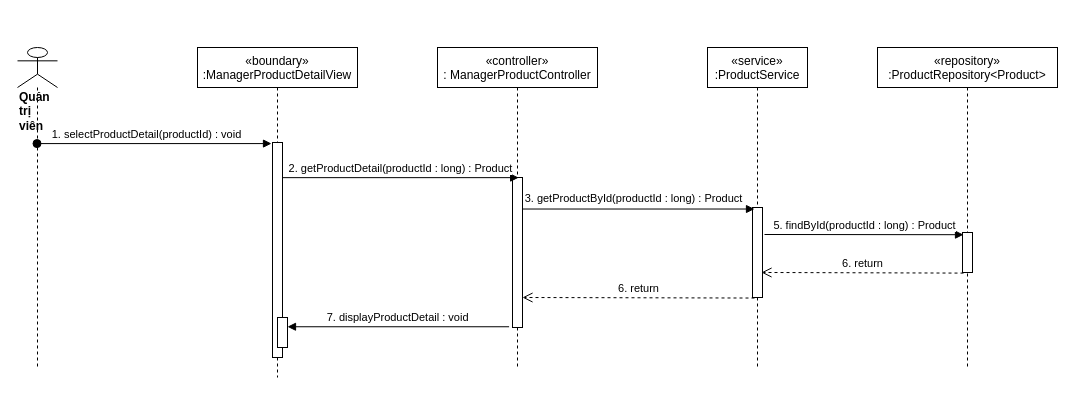
The draw.io diagram sequence diagram/view-ProductDetail-manager-sequence.drawio in nguyenphamvan/datn_20202, before the edit. Source tidied: cells renumbered, new cells numbered last; positions are measured from the earlier drawing's top-left corner, leaving out a move shared by most shapes. Both pictures are drawn from the tidied source at 100%, with x=0, y=0 at pixel (17, 47).
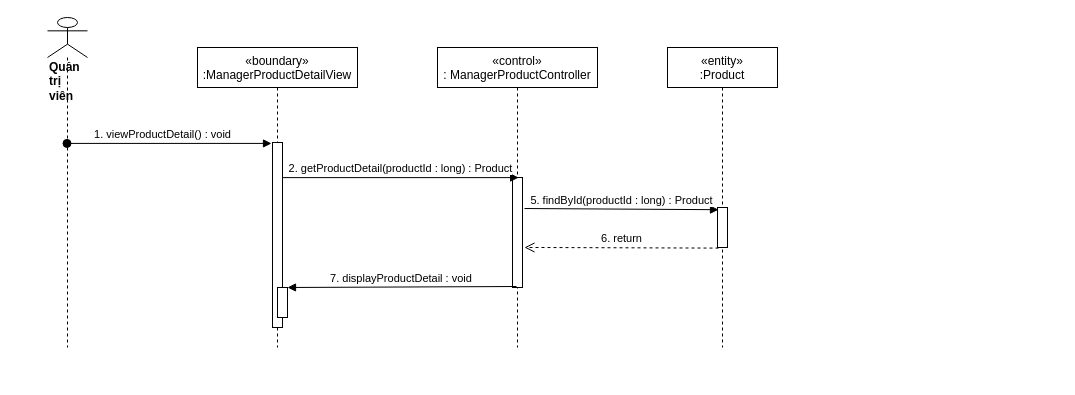
The same diagram, later.

Change to the diagram source:
```diff
@@
     <mxCell id="2" value="«boundary»&#10;:ManagerProductDetailView" style="shape=umlLifeline;perimeter=lifelinePerimeter;rounded=0;shadow=0;strokeWidth=1;" parent="1" vertex="1">
-      <mxGeometry x="180" width="160" height="330" as="geometry" />
+      <mxGeometry x="180" width="160" height="300" as="geometry" />
     </mxCell>
     <mxCell id="3" style="points=[];perimeter=orthogonalPerimeter;rounded=0;shadow=0;strokeWidth=1;" parent="2" vertex="1">
-      <mxGeometry x="75" y="95" width="10" height="215" as="geometry" />
+      <mxGeometry x="75" y="95" width="10" height="185" as="geometry" />
     </mxCell>
     <mxCell id="4" style="html=1;points=[];perimeter=orthogonalPerimeter;" parent="2" vertex="1">
-      <mxGeometry x="80" y="270" width="10" height="30" as="geometry" />
+      <mxGeometry x="80" y="240" width="10" height="30" as="geometry" />
     </mxCell>
-    <mxCell id="5" value="«controller»&#10;: ManagerProductController" style="shape=umlLifeline;perimeter=lifelinePerimeter;rounded=0;shadow=0;strokeWidth=1;" parent="1" vertex="1">
-      <mxGeometry x="420" width="160" height="320" as="geometry" />
+    <mxCell id="5" value="«control»&#10;: ManagerProductController" style="shape=umlLifeline;perimeter=lifelinePerimeter;rounded=0;shadow=0;strokeWidth=1;" parent="1" vertex="1">
+      <mxGeometry x="420" width="160" height="300" as="geometry" />
     </mxCell>
     <mxCell id="6" style="points=[];perimeter=orthogonalPerimeter;rounded=0;shadow=0;strokeWidth=1;" parent="5" vertex="1">
-      <mxGeometry x="75" y="130" width="10" height="150" as="geometry" />
+      <mxGeometry x="75" y="130" width="10" height="110" as="geometry" />
     </mxCell>
     <mxCell id="7" value="&lt;div&gt;&lt;b&gt;Quản trị viên&lt;/b&gt;&lt;/div&gt;" style="shape=umlLifeline;participant=umlActor;perimeter=lifelinePerimeter;whiteSpace=wrap;html=1;verticalAlign=top;spacingTop=36;outlineConnect=0;align=left;size=40;" parent="1" vertex="1">
-      <mxGeometry width="40" height="320" as="geometry" />
+      <mxGeometry x="30" y="-30" width="40" height="330" as="geometry" />
     </mxCell>
-    <mxCell id="8" value="1. selectProductDetail(productId) : void" style="verticalAlign=bottom;startArrow=oval;endArrow=block;startSize=8;shadow=0;strokeWidth=1;entryX=-0.1;entryY=0.005;entryDx=0;entryDy=0;entryPerimeter=0;" parent="1" edge="1" source="7" target="3">
+    <mxCell id="8" value="1. viewProductDetail() : void" style="verticalAlign=bottom;startArrow=oval;endArrow=block;startSize=8;shadow=0;strokeWidth=1;entryX=-0.1;entryY=0.005;entryDx=0;entryDy=0;entryPerimeter=0;" parent="1" edge="1" source="7" target="3">
       <mxGeometry x="-0.06" relative="1" as="geometry" />
     </mxCell>
-    <mxCell id="9" value="«service»&#10;:ProductService" style="shape=umlLifeline;perimeter=lifelinePerimeter;rounded=0;shadow=0;strokeWidth=1;" parent="1" vertex="1">
-      <mxGeometry x="690" width="100" height="320" as="geometry" />
-    </mxCell>
-    <mxCell id="10" style="points=[];perimeter=orthogonalPerimeter;rounded=0;shadow=0;strokeWidth=1;" parent="9" vertex="1">
-      <mxGeometry x="45" y="160" width="10" height="90" as="geometry" />
-    </mxCell>
@@
-    <mxCell id="12" style="html=1;verticalAlign=bottom;endArrow=block;entryX=0.2;entryY=0.017;entryDx=0;entryDy=0;entryPerimeter=0;" parent="1" edge="1" source="6" target="10">
-      <mxGeometry relative="1" as="geometry" />
-    </mxCell>
-    <mxCell id="13" value="3. getProductById(productId : long) : Product" style="edgeLabel;html=1;align=center;verticalAlign=middle;" parent="12" vertex="1">
-      <mxGeometry x="-0.08" y="4" relative="1" as="geometry">
-        <mxPoint x="3" y="-7" as="offset" />
-      </mxGeometry>
-    </mxCell>
-    <mxCell id="14" value="6. return" style="html=1;verticalAlign=bottom;endArrow=open;dashed=1;endSize=8;exitX=0.2;exitY=1.006;exitDx=0;exitDy=0;exitPerimeter=0;" parent="1" edge="1" source="10">
-      <mxGeometry relative="1" as="geometry">
-        <mxPoint x="505" y="250" as="targetPoint" />
-      </mxGeometry>
-    </mxCell>
-    <mxCell id="15" value="7. displayProductDetail : void" style="verticalAlign=bottom;endArrow=block;shadow=0;strokeWidth=1;exitX=-0.34;exitY=0.995;exitDx=0;exitDy=0;exitPerimeter=0;" parent="1" edge="1" source="6" target="4">
+    <mxCell id="15" value="7. displayProductDetail : void" style="verticalAlign=bottom;endArrow=block;shadow=0;strokeWidth=1;exitX=0.4;exitY=0.991;exitDx=0;exitDy=0;exitPerimeter=0;" parent="1" edge="1" source="6" target="4">
       <mxGeometry relative="1" as="geometry" />
     </mxCell>
-    <mxCell id="16" value="«repository»&#10;:ProductRepository&lt;Product&gt;" style="shape=umlLifeline;perimeter=lifelinePerimeter;rounded=0;shadow=0;strokeWidth=1;" parent="1" vertex="1">
-      <mxGeometry x="860" width="180" height="320" as="geometry" />
+    <mxCell id="16" value="«entity»&#10;:Product" style="shape=umlLifeline;perimeter=lifelinePerimeter;rounded=0;shadow=0;strokeWidth=1;" parent="1" vertex="1">
+      <mxGeometry x="650" width="110" height="300" as="geometry" />
     </mxCell>
     <mxCell id="17" style="points=[];perimeter=orthogonalPerimeter;rounded=0;shadow=0;strokeWidth=1;" parent="16" vertex="1">
-      <mxGeometry x="85" y="185" width="10" height="40" as="geometry" />
+      <mxGeometry x="50" y="160" width="10" height="40" as="geometry" />
     </mxCell>
-    <mxCell id="18" value="5. findById(productId : long) : Product" style="html=1;verticalAlign=bottom;endArrow=block;entryX=0.1;entryY=0.055;entryDx=0;entryDy=0;entryPerimeter=0;exitX=1.2;exitY=0.3;exitDx=0;exitDy=0;exitPerimeter=0;" parent="1" edge="1" source="10" target="17">
+    <mxCell id="18" value="5. findById(productId : long) : Product" style="html=1;verticalAlign=bottom;endArrow=block;entryX=0.1;entryY=0.055;entryDx=0;entryDy=0;entryPerimeter=0;exitX=1.2;exitY=0.282;exitDx=0;exitDy=0;exitPerimeter=0;" parent="1" edge="1" source="6" target="17">
       <mxGeometry relative="1" as="geometry" />
     </mxCell>
-    <mxCell id="19" value="6. return" style="html=1;verticalAlign=bottom;endArrow=open;dashed=1;endSize=8;exitX=0.1;exitY=1.015;exitDx=0;exitDy=0;exitPerimeter=0;entryX=0.9;entryY=0.722;entryDx=0;entryDy=0;entryPerimeter=0;" parent="1" edge="1" source="17" target="10">
+    <mxCell id="19" value="6. return" style="html=1;verticalAlign=bottom;endArrow=open;dashed=1;endSize=8;exitX=0.1;exitY=1.015;exitDx=0;exitDy=0;exitPerimeter=0;entryX=1.2;entryY=0.636;entryDx=0;entryDy=0;entryPerimeter=0;" parent="1" edge="1" source="17" target="6">
       <mxGeometry relative="1" as="geometry" />
     </mxCell>
```
